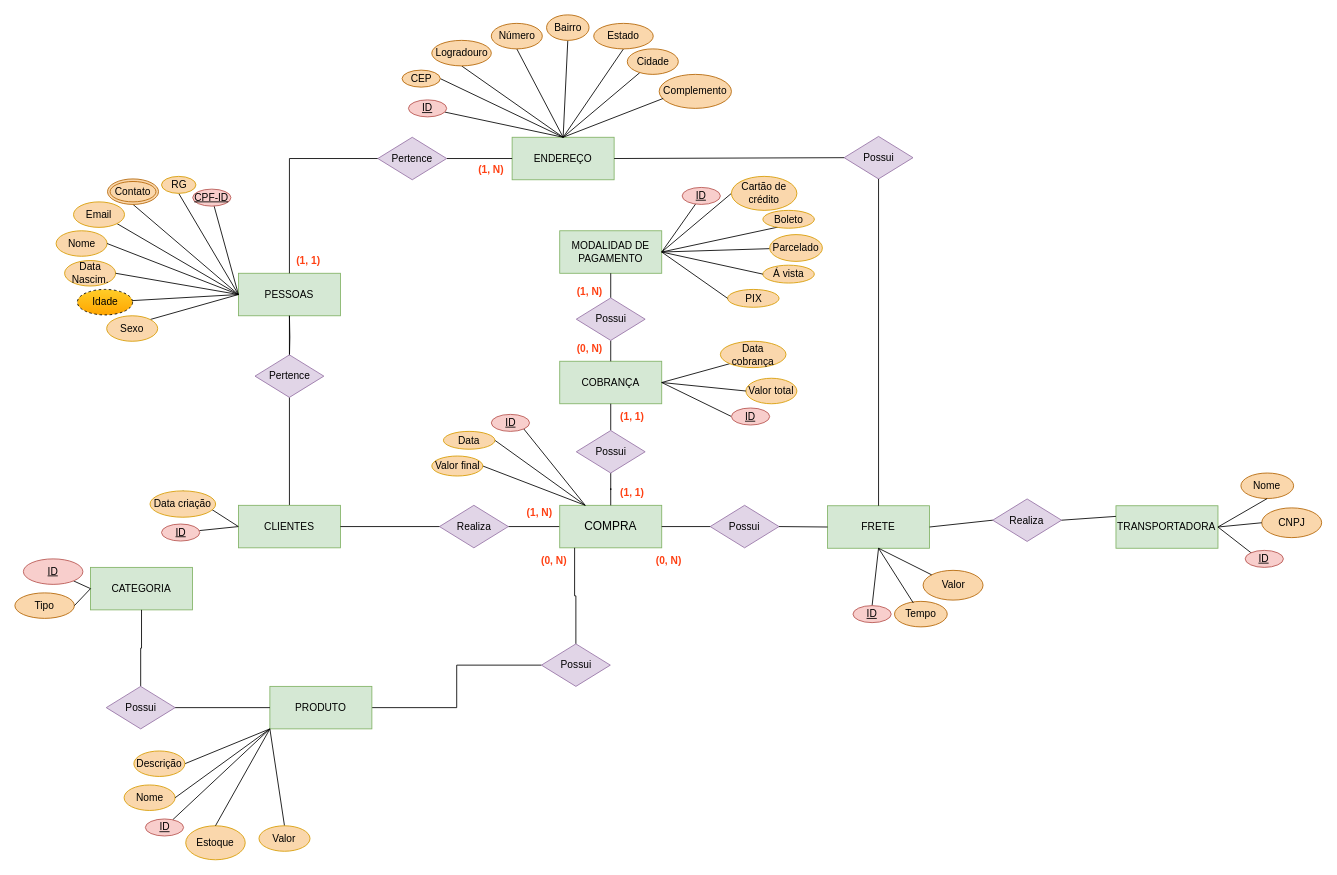
JoaoVAntunes/PotianDatabase keeps this draw.io diagram as Potian.drawio. Above is the earlier version. Source tidied: cells renumbered, new cells numbered last; positions are measured from the earlier drawing's top-left corner, leaving out a move shared by most shapes. Both pictures are drawn from the tidied source at 85%, with x=0, y=0 at pixel (14, 14).
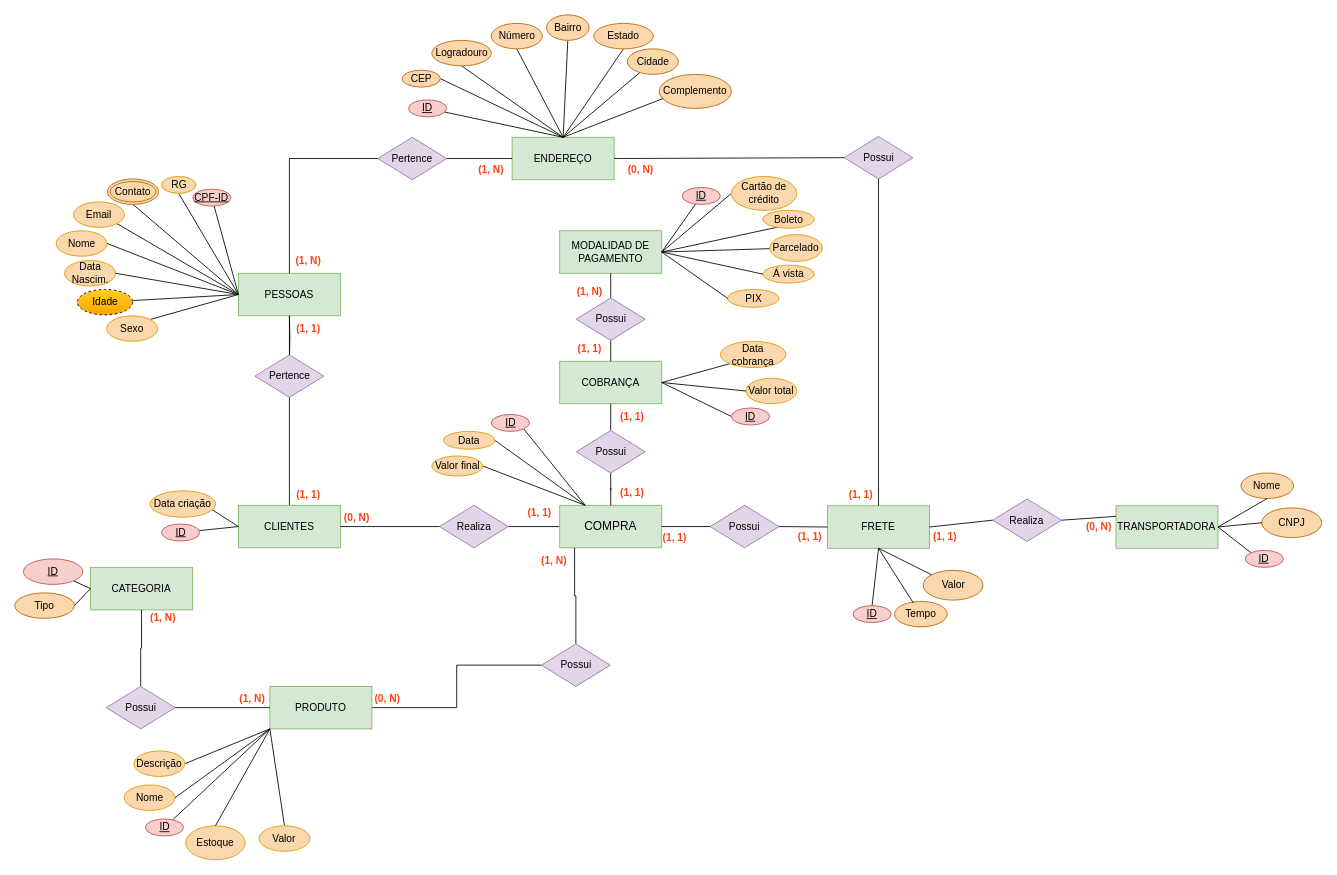
After the change.

What changed in the source:
```diff
@@
-    <mxCell id="74" value="&lt;font color=&quot;#ff4013&quot;&gt;(0, N)&lt;/font&gt;" style="text;html=1;align=center;verticalAlign=middle;strokeColor=none;fillColor=none;fontStyle=1;" parent="1" vertex="1">
+    <mxCell id="74" value="&lt;font color=&quot;#ff4013&quot;&gt;(1, 1)&lt;/font&gt;" style="text;html=1;align=center;verticalAlign=middle;strokeColor=none;fillColor=none;fontStyle=1;" parent="1" vertex="1">
       <mxGeometry x="650.5" y="377.5" width="50" height="30" as="geometry" />
     </mxCell>
@@
-    <mxCell id="84" value="&lt;font color=&quot;#ff4013&quot;&gt;(1, N)&lt;/font&gt;" style="text;html=1;align=center;verticalAlign=middle;strokeColor=none;fillColor=none;fontStyle=1;" parent="1" vertex="1">
+    <mxCell id="84" value="&lt;font color=&quot;#ff4013&quot;&gt;(1, 1)&lt;/font&gt;" style="text;html=1;align=center;verticalAlign=middle;strokeColor=none;fillColor=none;fontStyle=1;" parent="1" vertex="1">
       <mxGeometry x="591.5" y="571" width="50" height="30" as="geometry" />
     </mxCell>
-    <mxCell id="85" value="&lt;font color=&quot;#ff4013&quot;&gt;(0, N)&lt;/font&gt;" style="text;html=1;align=center;verticalAlign=middle;strokeColor=none;fillColor=none;fontStyle=1;" parent="1" vertex="1">
+    <mxCell id="85" value="&lt;font color=&quot;#ff4013&quot;&gt;(1, N)&lt;/font&gt;" style="text;html=1;align=center;verticalAlign=middle;strokeColor=none;fillColor=none;fontStyle=1;" parent="1" vertex="1">
       <mxGeometry x="608.5" y="627" width="50" height="30" as="geometry" />
     </mxCell>
@@
-    <mxCell id="88" value="&lt;font color=&quot;#ff4013&quot;&gt;(0, N)&lt;/font&gt;" style="text;html=1;align=center;verticalAlign=middle;strokeColor=none;fillColor=none;fontStyle=1;" parent="1" vertex="1">
-      <mxGeometry x="743.5" y="627" width="50" height="30" as="geometry" />
-    </mxCell>
@@
-    <mxCell id="90" value="&lt;font color=&quot;#ff4013&quot;&gt;(1, 1)&lt;/font&gt;" style="text;html=1;align=center;verticalAlign=middle;strokeColor=none;fillColor=none;fontStyle=1;" parent="1" vertex="1">
+    <mxCell id="90" value="&lt;font color=&quot;#ff4013&quot;&gt;(1, N)&lt;/font&gt;" style="text;html=1;align=center;verticalAlign=middle;strokeColor=none;fillColor=none;fontStyle=1;" parent="1" vertex="1">
       <mxGeometry x="320" y="274" width="50" height="30" as="geometry" />
     </mxCell>
@@
+    <mxCell id="137" value="&lt;font color=&quot;#ff4013&quot;&gt;(1, 1)&lt;/font&gt;" style="text;html=1;align=center;verticalAlign=middle;strokeColor=none;fillColor=none;fontStyle=1;" parent="1" vertex="1">
+      <mxGeometry x="970" y="550" width="50" height="30" as="geometry" />
+    </mxCell>
+    <mxCell id="138" value="&lt;font color=&quot;#ff4013&quot;&gt;(0, N)&lt;/font&gt;" style="text;html=1;align=center;verticalAlign=middle;strokeColor=none;fillColor=none;fontStyle=1;" parent="1" vertex="1">
+      <mxGeometry x="711" y="168" width="50" height="30" as="geometry" />
+    </mxCell>
+    <mxCell id="139" value="&lt;font color=&quot;#ff4013&quot;&gt;(1, 1)&lt;/font&gt;" style="text;html=1;align=center;verticalAlign=middle;strokeColor=none;fillColor=none;fontStyle=1;" parent="1" vertex="1">
+      <mxGeometry x="320" y="354" width="50" height="30" as="geometry" />
+    </mxCell>
+    <mxCell id="140" value="&lt;font color=&quot;#ff4013&quot;&gt;(1, 1)&lt;/font&gt;" style="text;html=1;align=center;verticalAlign=middle;strokeColor=none;fillColor=none;fontStyle=1;" parent="1" vertex="1">
+      <mxGeometry x="320" y="550" width="50" height="30" as="geometry" />
+    </mxCell>
+    <mxCell id="141" value="&lt;font color=&quot;#ff4013&quot;&gt;(0, N)&lt;/font&gt;" style="text;html=1;align=center;verticalAlign=middle;strokeColor=none;fillColor=none;fontStyle=1;" parent="1" vertex="1">
+      <mxGeometry x="377" y="577" width="50" height="30" as="geometry" />
+    </mxCell>
+    <mxCell id="142" value="&lt;font color=&quot;#ff4013&quot;&gt;(0, N)&lt;/font&gt;" style="text;html=1;align=center;verticalAlign=middle;strokeColor=none;fillColor=none;fontStyle=1;" parent="1" vertex="1">
+      <mxGeometry x="413" y="790" width="50" height="30" as="geometry" />
+    </mxCell>
+    <mxCell id="143" value="&lt;font color=&quot;#ff4013&quot;&gt;(1, N)&lt;/font&gt;" style="text;html=1;align=center;verticalAlign=middle;strokeColor=none;fillColor=none;fontStyle=1;" parent="1" vertex="1">
+      <mxGeometry x="254.2" y="790" width="50" height="30" as="geometry" />
+    </mxCell>
+    <mxCell id="144" value="&lt;font color=&quot;#ff4013&quot;&gt;(1, N)&lt;/font&gt;" style="text;html=1;align=center;verticalAlign=middle;strokeColor=none;fillColor=none;fontStyle=1;" parent="1" vertex="1">
+      <mxGeometry x="148.5" y="695" width="50" height="30" as="geometry" />
+    </mxCell>
+    <mxCell id="145" value="&lt;font color=&quot;#ff4013&quot;&gt;(1, 1)&lt;/font&gt;" style="text;html=1;align=center;verticalAlign=middle;strokeColor=none;fillColor=none;fontStyle=1;" parent="1" vertex="1">
+      <mxGeometry x="751" y="600" width="50" height="30" as="geometry" />
+    </mxCell>
+    <mxCell id="146" value="&lt;font color=&quot;#ff4013&quot;&gt;(1, 1)&lt;/font&gt;" style="text;html=1;align=center;verticalAlign=middle;strokeColor=none;fillColor=none;fontStyle=1;" parent="1" vertex="1">
+      <mxGeometry x="910" y="599" width="50" height="30" as="geometry" />
+    </mxCell>
+    <mxCell id="147" value="&lt;font color=&quot;#ff4013&quot;&gt;(1, 1)&lt;/font&gt;" style="text;html=1;align=center;verticalAlign=middle;strokeColor=none;fillColor=none;fontStyle=1;" parent="1" vertex="1">
+      <mxGeometry x="1068.5" y="599" width="50" height="30" as="geometry" />
+    </mxCell>
+    <mxCell id="148" value="&lt;font color=&quot;#ff4013&quot;&gt;(0, N)&lt;/font&gt;" style="text;html=1;align=center;verticalAlign=middle;strokeColor=none;fillColor=none;fontStyle=1;" parent="1" vertex="1">
+      <mxGeometry x="1250" y="587.5" width="50" height="30" as="geometry" />
+    </mxCell>
```
